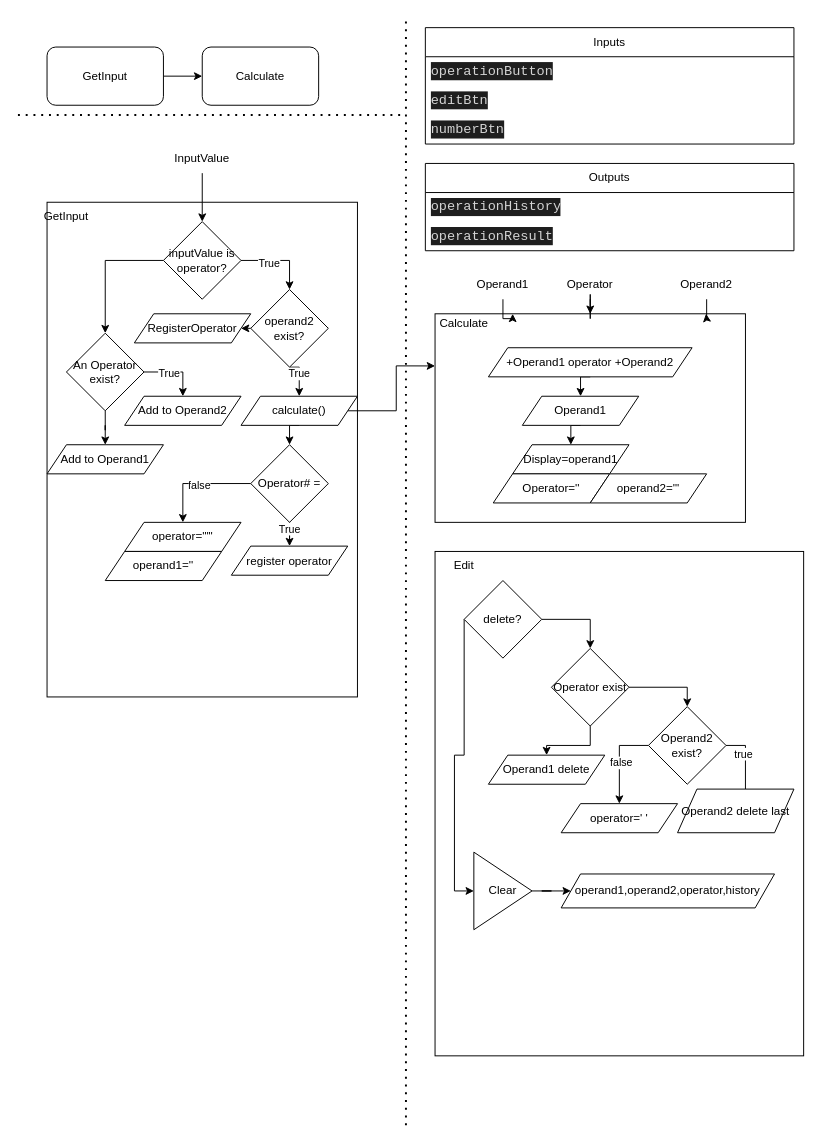
This is design-files/CalculatorAlgo.drawio from j3ager-1lyas/Calculator, a draw.io file, before an edit. Source tidied: cells renumbered, new cells numbered last; positions are measured from the earlier drawing's top-left corner, leaving out a move shared by most shapes. Both pictures are drawn from the tidied source at 97%, with x=0, y=0 at pixel (17, 17).
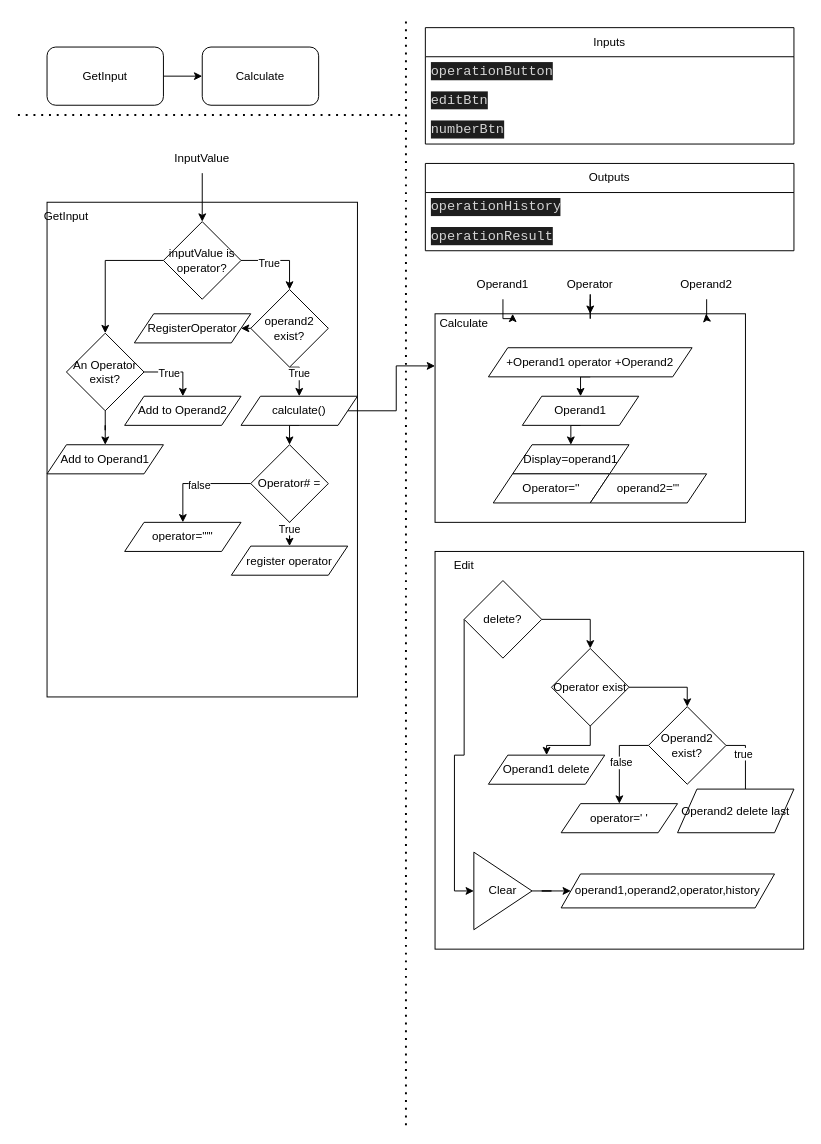
Above is the later version.

Commit message (it also covers changes not shown here):
Calculator Completed all functionalities

Diff of the diagram source:
```diff
@@
-    <mxCell id="60" value="operand1=''" style="shape=parallelogram;perimeter=parallelogramPerimeter;whiteSpace=wrap;html=1;fixedSize=1;" parent="1" vertex="1">
-      <mxGeometry x="90" y="550" width="120" height="30" as="geometry" />
-    </mxCell>
     <mxCell id="61" style="rounded=0;whiteSpace=wrap;html=1;" parent="1" vertex="1">
-      <mxGeometry x="430" y="550" width="380" height="520" as="geometry" />
+      <mxGeometry x="430" y="550" width="380" height="410" as="geometry" />
     </mxCell>
```
